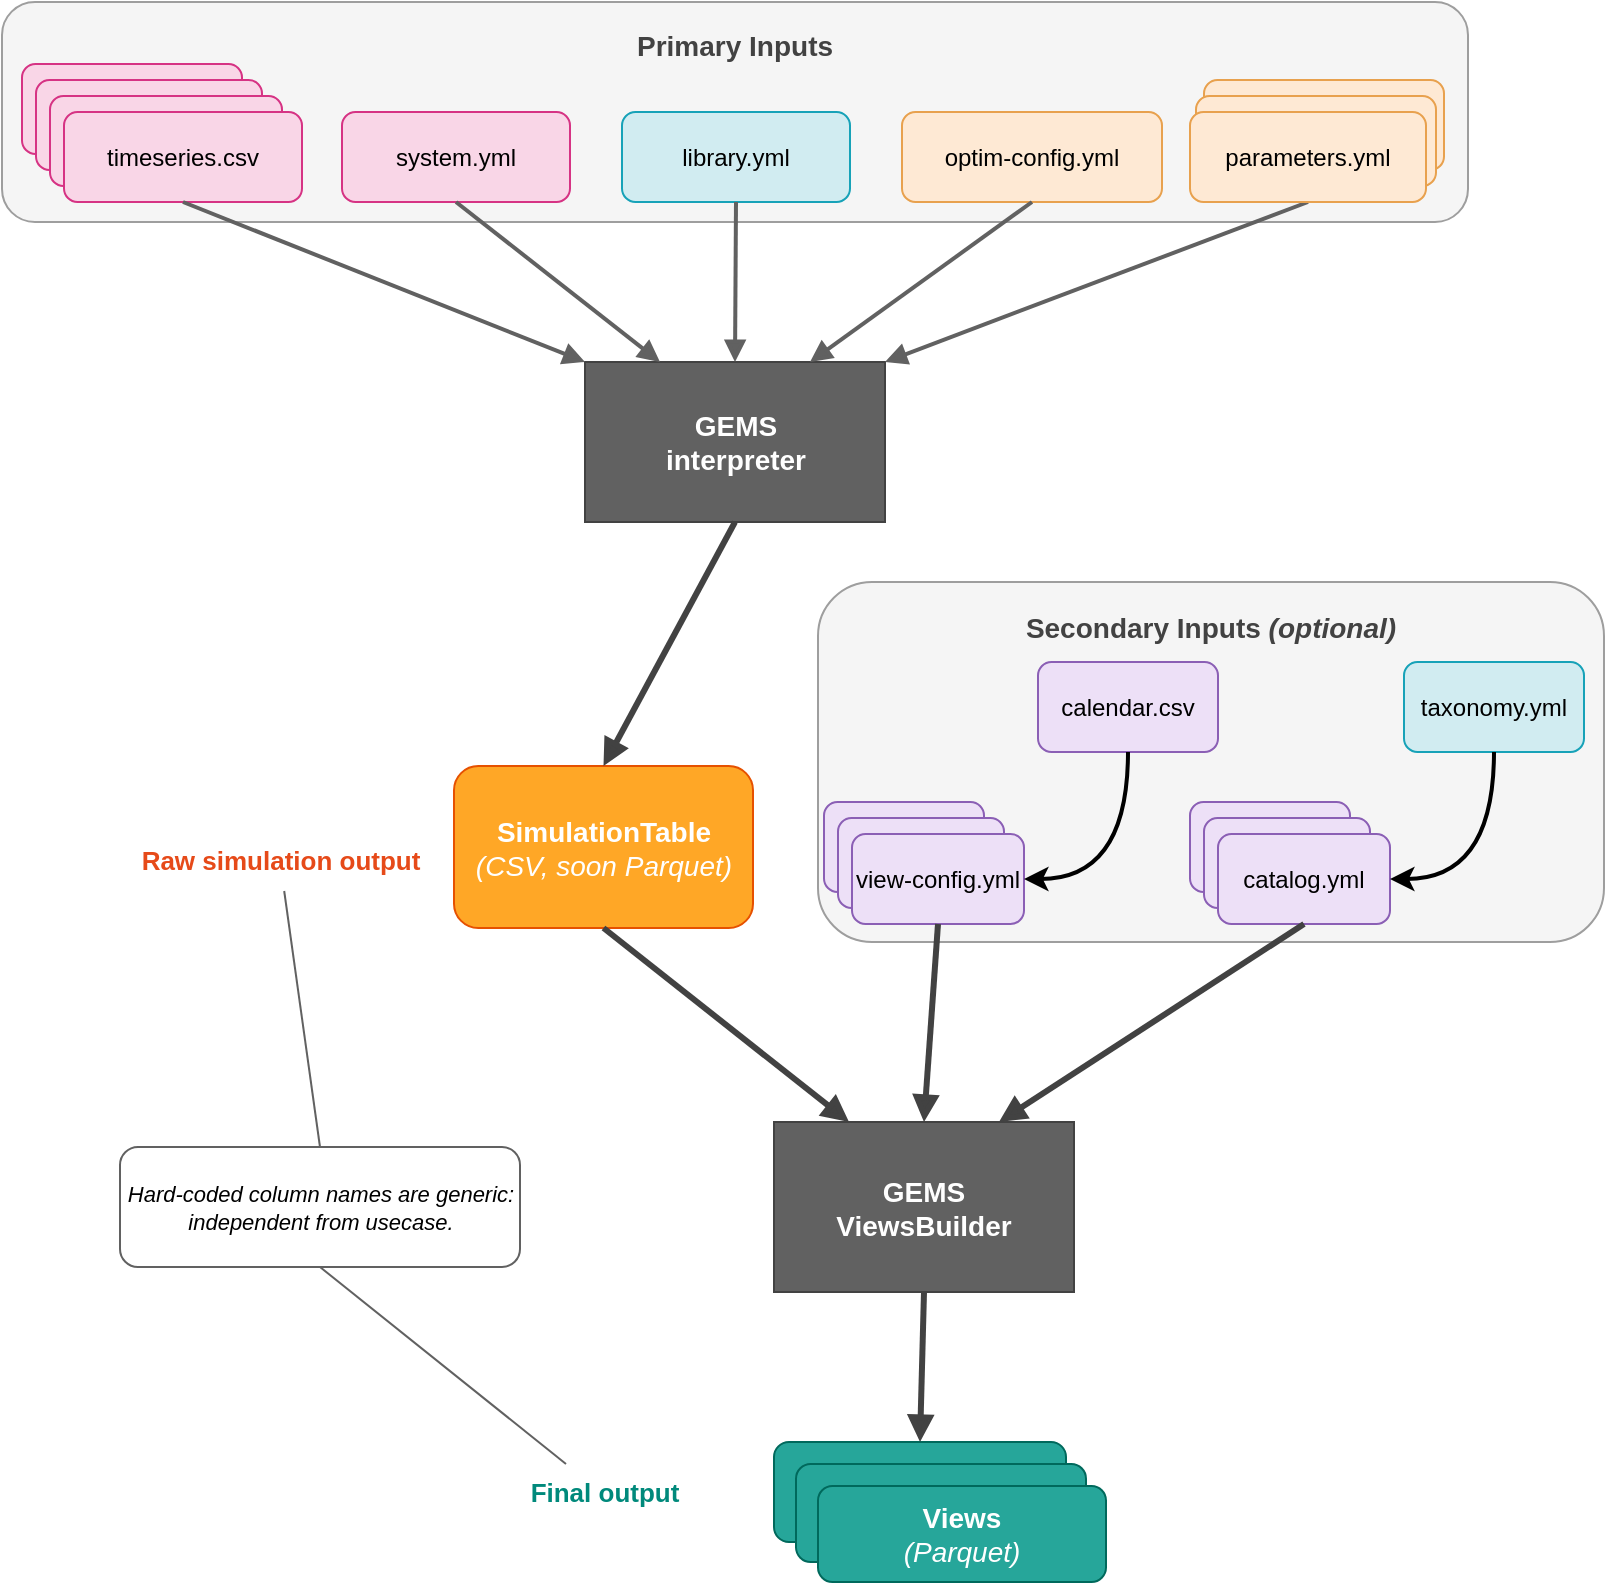
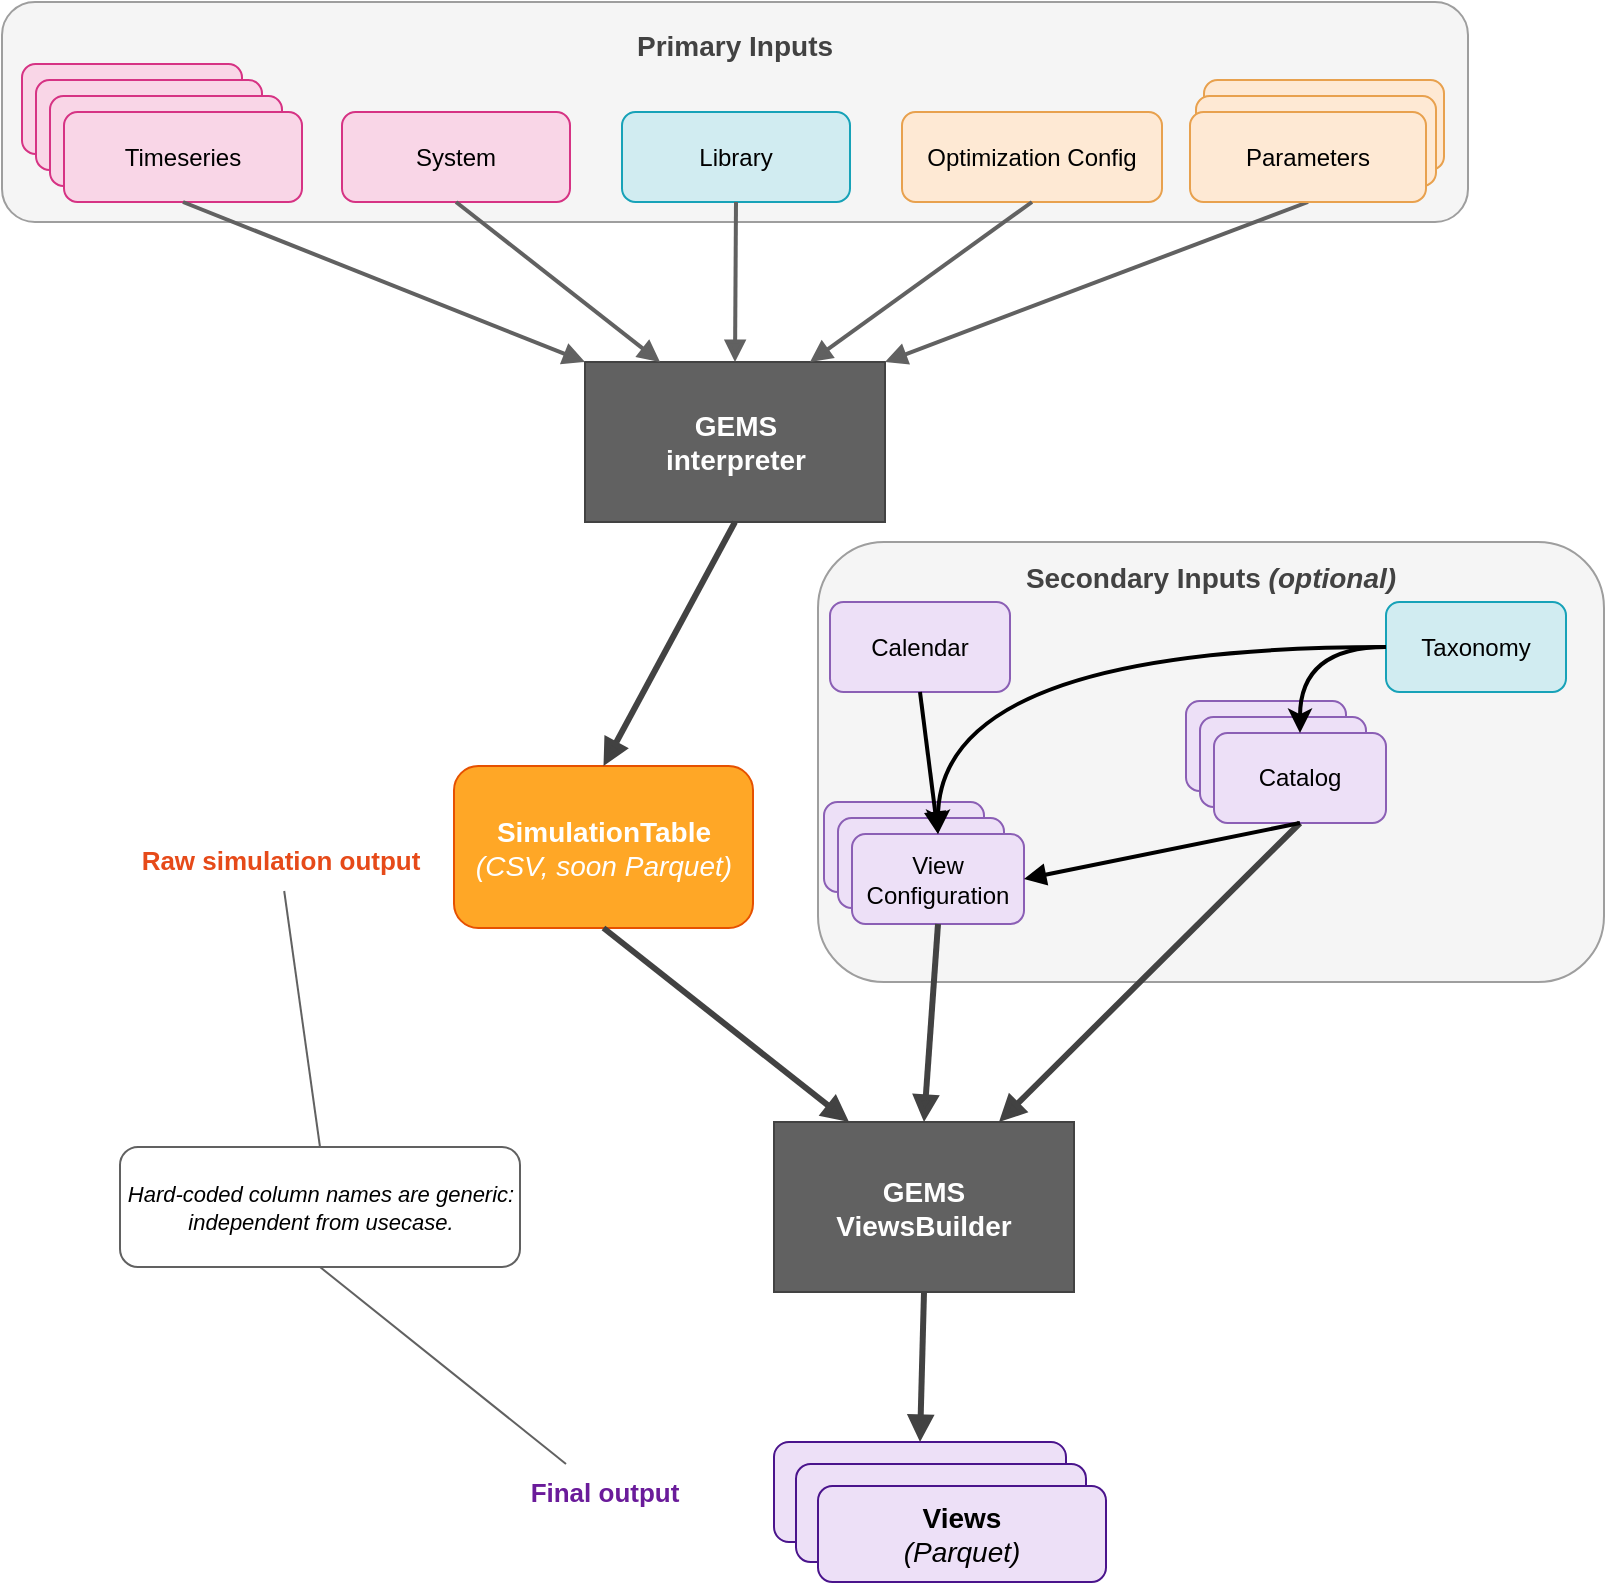
<mxfile host="Electron" agent="Claude Code">
  <diagram name="Architectural overview" id="arch-overview-gems">
    <mxGraphModel dx="3053" dy="824" grid="1" gridSize="10" guides="1" tooltips="1" connect="1" arrows="1" fold="1" page="1" pageScale="1" pageWidth="1400" pageHeight="800" math="0" shadow="0">
      <root>
        <mxCell id="0" />
        <mxCell id="1" parent="0" />
        <mxCell id="gbAz3rpjYlRnFUXGkTuU-15" parent="1" style="rounded=1;whiteSpace=wrap;html=1;strokeColor=#9E9E9E;fillColor=#F5F5F5;fontColor=#424242;" value="&lt;b style=&quot;font-size: 14px;&quot;&gt;Primary Inputs&lt;/b&gt;&lt;div&gt;&lt;b style=&quot;font-size: 14px;&quot;&gt;&lt;br&gt;&lt;/b&gt;&lt;/div&gt;&lt;div&gt;&lt;b style=&quot;font-size: 14px;&quot;&gt;&lt;br&gt;&lt;/b&gt;&lt;/div&gt;&lt;div&gt;&lt;b style=&quot;font-size: 14px;&quot;&gt;&lt;br&gt;&lt;/b&gt;&lt;/div&gt;&lt;div&gt;&lt;b style=&quot;font-size: 14px;&quot;&gt;&lt;br&gt;&lt;/b&gt;&lt;/div&gt;" vertex="1">
          <mxGeometry height="110" width="733" x="-552" y="110" as="geometry" />
        </mxCell>
-         <mxCell id="gbAz3rpjYlRnFUXGkTuU-14" parent="1" style="rounded=1;whiteSpace=wrap;html=1;strokeColor=#9E9E9E;fillColor=#F5F5F5;fontColor=#424242;" value="&lt;b style=&quot;font-size: 14px;&quot;&gt;Secondary Inputs &lt;i&gt;(optional)&lt;/i&gt;&lt;/b&gt;&lt;div&gt;&lt;b style=&quot;font-size: 14px;&quot;&gt;&lt;i&gt;&lt;br&gt;&lt;/i&gt;&lt;/b&gt;&lt;/div&gt;&lt;div&gt;&lt;b style=&quot;font-size: 14px;&quot;&gt;&lt;i&gt;&lt;br&gt;&lt;/i&gt;&lt;/b&gt;&lt;/div&gt;&lt;div&gt;&lt;b style=&quot;font-size: 14px;&quot;&gt;&lt;i&gt;&lt;br&gt;&lt;/i&gt;&lt;/b&gt;&lt;/div&gt;&lt;div&gt;&lt;b style=&quot;font-size: 14px;&quot;&gt;&lt;i&gt;&lt;br&gt;&lt;/i&gt;&lt;/b&gt;&lt;/div&gt;&lt;div&gt;&lt;b style=&quot;font-size: 14px;&quot;&gt;&lt;i&gt;&lt;br&gt;&lt;/i&gt;&lt;/b&gt;&lt;/div&gt;&lt;div&gt;&lt;b style=&quot;font-size: 14px;&quot;&gt;&lt;i&gt;&lt;br&gt;&lt;/i&gt;&lt;/b&gt;&lt;/div&gt;&lt;div&gt;&lt;b style=&quot;font-size: 14px;&quot;&gt;&lt;i&gt;&lt;br&gt;&lt;/i&gt;&lt;/b&gt;&lt;/div&gt;&lt;div&gt;&lt;b style=&quot;font-size: 14px;&quot;&gt;&lt;i&gt;&lt;br&gt;&lt;/i&gt;&lt;/b&gt;&lt;/div&gt;" vertex="1">
-           <mxGeometry height="180" width="393" x="-144" y="400" as="geometry" />
+         <mxCell id="gbAz3rpjYlRnFUXGkTuU-14" parent="1" style="rounded=1;whiteSpace=wrap;html=1;strokeColor=#9E9E9E;fillColor=#F5F5F5;fontColor=#424242;" value="&lt;b style=&quot;font-size: 14px;&quot;&gt;Secondary Inputs &lt;i&gt;(optional)&lt;/i&gt;&lt;/b&gt;&lt;div&gt;&lt;b style=&quot;font-size: 14px;&quot;&gt;&lt;i&gt;&lt;br&gt;&lt;/i&gt;&lt;/b&gt;&lt;/div&gt;&lt;div&gt;&lt;b style=&quot;font-size: 14px;&quot;&gt;&lt;i&gt;&lt;br&gt;&lt;/i&gt;&lt;/b&gt;&lt;/div&gt;&lt;div&gt;&lt;b style=&quot;font-size: 14px;&quot;&gt;&lt;i&gt;&lt;br&gt;&lt;/i&gt;&lt;/b&gt;&lt;/div&gt;&lt;div&gt;&lt;b style=&quot;font-size: 14px;&quot;&gt;&lt;i&gt;&lt;br&gt;&lt;/i&gt;&lt;/b&gt;&lt;/div&gt;&lt;div&gt;&lt;b style=&quot;font-size: 14px;&quot;&gt;&lt;i&gt;&lt;br&gt;&lt;/i&gt;&lt;/b&gt;&lt;/div&gt;&lt;div&gt;&lt;b style=&quot;font-size: 14px;&quot;&gt;&lt;i&gt;&lt;br&gt;&lt;/i&gt;&lt;/b&gt;&lt;/div&gt;&lt;div&gt;&lt;b style=&quot;font-size: 14px;&quot;&gt;&lt;i&gt;&lt;br&gt;&lt;/i&gt;&lt;/b&gt;&lt;/div&gt;&lt;div&gt;&lt;b style=&quot;font-size: 14px;&quot;&gt;&lt;i&gt;&lt;br&gt;&lt;/i&gt;&lt;/b&gt;&lt;/div&gt;&lt;div&gt;&lt;b style=&quot;font-size: 14px;&quot;&gt;&lt;i&gt;&lt;br&gt;&lt;/i&gt;&lt;/b&gt;&lt;/div&gt;&lt;div&gt;&lt;b style=&quot;font-size: 14px;&quot;&gt;&lt;i&gt;&lt;br&gt;&lt;/i&gt;&lt;/b&gt;&lt;/div&gt;&lt;div&gt;&lt;b style=&quot;font-size: 14px;&quot;&gt;&lt;i&gt;&lt;br&gt;&lt;/i&gt;&lt;/b&gt;&lt;/div&gt;" vertex="1">
+           <mxGeometry height="220" width="393" x="-144" y="380" as="geometry" />
        </mxCell>
        <mxCell id="note-box" parent="1" style="text;html=1;strokeColor=#616161;fillColor=#FFFFFF;align=center;verticalAlign=middle;rounded=1;fontSize=11;" value="&lt;i&gt;Hard-coded column names are generic:&lt;br&gt;independent from usecase.&lt;/i&gt;" vertex="1">
          <mxGeometry height="60" width="200" x="-493" y="682.5" as="geometry" />
        </mxCell>
        <mxCell id="note-line-raw" edge="1" parent="1" source="note-box" style="endArrow=none;html=1;strokeColor=#616161;strokeWidth=1;exitX=0.5;exitY=0;exitDx=0;exitDy=0;" target="raw-sim-label" value="">
          <mxGeometry relative="1" as="geometry" />
        </mxCell>
        <mxCell id="note-line-final" edge="1" parent="1" source="note-box" style="endArrow=none;html=1;strokeColor=#616161;strokeWidth=1;exitX=0.5;exitY=1;exitDx=0;exitDy=0;" target="final-output-label" value="">
          <mxGeometry relative="1" as="geometry" />
        </mxCell>
        <mxCell id="raw-sim-label" parent="1" style="text;html=1;strokeColor=none;fillColor=none;align=center;fontSize=13;fontColor=#E64A19;" value="&lt;b&gt;Raw simulation output&lt;/b&gt;" vertex="1">
          <mxGeometry height="30" width="174" x="-500" y="524.5" as="geometry" />
        </mxCell>
-         <mxCell id="final-output-label" parent="1" style="text;html=1;strokeColor=none;fillColor=none;align=center;fontSize=13;fontColor=#00897B;" value="&lt;b&gt;Final output&lt;/b&gt;" vertex="1">
+         <mxCell id="final-output-label" parent="1" style="text;html=1;strokeColor=none;fillColor=none;align=center;fontSize=13;fontColor=#6A1B9A;" value="&lt;b&gt;Final output&lt;/b&gt;" vertex="1">
          <mxGeometry height="30" width="160" x="-331.25" y="841" as="geometry" />
        </mxCell>
-         <mxCell id="library-yml" parent="1" style="rounded=1;whiteSpace=wrap;html=1;fillColor=#D1ECF1;strokeColor=#17A2B8;fontStyle=0;fontSize=12;" value="library.yml" vertex="1">
+         <mxCell id="library-yml" parent="1" style="rounded=1;whiteSpace=wrap;html=1;fillColor=#D1ECF1;strokeColor=#17A2B8;fontStyle=0;fontSize=12;" value="Library" vertex="1">
          <mxGeometry height="45" width="114" x="-242" y="165" as="geometry" />
        </mxCell>
-         <mxCell id="system-yml" parent="1" style="rounded=1;whiteSpace=wrap;html=1;fillColor=#F9D6E7;strokeColor=#D63384;fontStyle=0;fontSize=12;" value="system.yml" vertex="1">
+         <mxCell id="system-yml" parent="1" style="rounded=1;whiteSpace=wrap;html=1;fillColor=#F9D6E7;strokeColor=#D63384;fontStyle=0;fontSize=12;" value="System" vertex="1">
          <mxGeometry height="45" width="114" x="-382" y="165" as="geometry" />
        </mxCell>
        <mxCell id="ts-s3" parent="1" style="rounded=1;whiteSpace=wrap;html=1;fillColor=#F9D6E7;strokeColor=#D63384;" value="" vertex="1">
          <mxGeometry height="45" width="110" x="-542" y="141" as="geometry" />
        </mxCell>
        <mxCell id="ts-s2" parent="1" style="rounded=1;whiteSpace=wrap;html=1;fillColor=#F9D6E7;strokeColor=#D63384;" value="" vertex="1">
          <mxGeometry height="45" width="113" x="-535" y="149" as="geometry" />
        </mxCell>
        <mxCell id="ts-s1" parent="1" style="rounded=1;whiteSpace=wrap;html=1;fillColor=#F9D6E7;strokeColor=#D63384;" value="" vertex="1">
          <mxGeometry height="45" width="116" x="-528" y="157" as="geometry" />
        </mxCell>
-         <mxCell id="ts-front" parent="1" style="rounded=1;whiteSpace=wrap;html=1;fillColor=#F9D6E7;strokeColor=#D63384;fontStyle=0;fontSize=12;" value="timeseries.csv" vertex="1">
+         <mxCell id="ts-front" parent="1" style="rounded=1;whiteSpace=wrap;html=1;fillColor=#F9D6E7;strokeColor=#D63384;fontStyle=0;fontSize=12;" value="Timeseries" vertex="1">
          <mxGeometry height="45" width="119" x="-521" y="165" as="geometry" />
        </mxCell>
-         <mxCell id="optim-config-yml" parent="1" style="rounded=1;whiteSpace=wrap;html=1;fillColor=#FEE9D4;strokeColor=#E8A14E;fontStyle=0;fontSize=12;" value="optim-config.yml" vertex="1">
+         <mxCell id="optim-config-yml" parent="1" style="rounded=1;whiteSpace=wrap;html=1;fillColor=#FEE9D4;strokeColor=#E8A14E;fontStyle=0;fontSize=12;" value="Optimization Config" vertex="1">
          <mxGeometry height="45" width="130" x="-102" y="165" as="geometry" />
        </mxCell>
        <mxCell id="cat-s2" parent="1" style="rounded=1;whiteSpace=wrap;html=1;fillColor=#EDE0F7;strokeColor=#8B5FB5;" value="" vertex="1">
-           <mxGeometry height="45" width="80" x="42" y="510" as="geometry" />
+           <mxGeometry height="45" width="80" x="40" y="459.5" as="geometry" />
        </mxCell>
        <mxCell id="cat-s1" parent="1" style="rounded=1;whiteSpace=wrap;html=1;fillColor=#EDE0F7;strokeColor=#8B5FB5;" value="" vertex="1">
-           <mxGeometry height="45" width="83" x="49" y="518" as="geometry" />
+           <mxGeometry height="45" width="83" x="47" y="467.5" as="geometry" />
        </mxCell>
-         <mxCell id="cat-front" parent="1" style="rounded=1;whiteSpace=wrap;html=1;fillColor=#EDE0F7;strokeColor=#8B5FB5;fontStyle=0;fontSize=12;" value="catalog.yml" vertex="1">
-           <mxGeometry height="45" width="86" x="56" y="526" as="geometry" />
+         <mxCell id="cat-front" parent="1" style="rounded=1;whiteSpace=wrap;html=1;fillColor=#EDE0F7;strokeColor=#8B5FB5;fontStyle=0;fontSize=12;" value="Catalog" vertex="1">
+           <mxGeometry height="45" width="86" x="54" y="475.5" as="geometry" />
        </mxCell>
        <mxCell id="vc-s2" parent="1" style="rounded=1;whiteSpace=wrap;html=1;fillColor=#EDE0F7;strokeColor=#8B5FB5;" value="" vertex="1">
          <mxGeometry height="45" width="80" x="-141" y="510" as="geometry" />
        </mxCell>
        <mxCell id="vc-s1" parent="1" style="rounded=1;whiteSpace=wrap;html=1;fillColor=#EDE0F7;strokeColor=#8B5FB5;" value="" vertex="1">
          <mxGeometry height="45" width="83" x="-134" y="518" as="geometry" />
        </mxCell>
-         <mxCell id="vc-front" parent="1" style="rounded=1;whiteSpace=wrap;html=1;fillColor=#EDE0F7;strokeColor=#8B5FB5;fontStyle=0;fontSize=12;" value="view-config.yml" vertex="1">
+         <mxCell id="vc-front" parent="1" style="rounded=1;whiteSpace=wrap;html=1;fillColor=#EDE0F7;strokeColor=#8B5FB5;fontStyle=0;fontSize=12;" value="View Configuration" vertex="1">
          <mxGeometry height="45" width="86" x="-127" y="526" as="geometry" />
        </mxCell>
        <mxCell id="interpreter" parent="1" style="rounded=0;whiteSpace=wrap;html=1;fillColor=#616161;strokeColor=#424242;fontColor=#FFFFFF;fontStyle=1;fontSize=14;verticalAlign=middle;" value="GEMS&lt;br&gt;interpreter" vertex="1">
          <mxGeometry height="80" width="150" x="-260.5" y="290" as="geometry" />
        </mxCell>
        <mxCell id="sim-table" parent="1" style="rounded=1;whiteSpace=wrap;html=1;fillColor=#FFA726;strokeColor=#E65100;fontStyle=0;fontColor=#FFFFFF;fontSize=14;verticalAlign=middle;" value="&lt;b&gt;SimulationTable&lt;/b&gt;&lt;br&gt;&lt;i&gt;(CSV, soon Parquet)&lt;/i&gt;" vertex="1">
          <mxGeometry height="81" width="149.5" x="-326" y="492" as="geometry" />
        </mxCell>
        <mxCell id="viewsbuilder" parent="1" style="rounded=0;whiteSpace=wrap;html=1;fillColor=#616161;strokeColor=#424242;fontColor=#FFFFFF;fontStyle=1;fontSize=14;verticalAlign=middle;" value="GEMS&lt;br&gt;ViewsBuilder" vertex="1">
          <mxGeometry height="85" width="150" x="-166" y="670" as="geometry" />
        </mxCell>
-         <mxCell id="views-back2" parent="1" style="rounded=1;whiteSpace=wrap;html=1;fillColor=#26A69A;strokeColor=#00695C;" value="" vertex="1">
+         <mxCell id="views-back2" parent="1" style="rounded=1;whiteSpace=wrap;html=1;fillColor=#EDE0F7;strokeColor=#4A148C;" value="" vertex="1">
          <mxGeometry height="50" width="146" x="-166" y="830" as="geometry" />
        </mxCell>
-         <mxCell id="views-back1" parent="1" style="rounded=1;whiteSpace=wrap;html=1;fillColor=#26A69A;strokeColor=#00695C;" value="" vertex="1">
+         <mxCell id="views-back1" parent="1" style="rounded=1;whiteSpace=wrap;html=1;fillColor=#EDE0F7;strokeColor=#4A148C;" value="" vertex="1">
          <mxGeometry height="49" width="145" x="-155" y="841" as="geometry" />
        </mxCell>
-         <mxCell id="views-front" parent="1" style="rounded=1;whiteSpace=wrap;html=1;fillColor=#26A69A;strokeColor=#00695C;fontColor=#FFFFFF;fontStyle=1;fontSize=14;verticalAlign=middle;" value="Views&lt;br&gt;&lt;i style=&quot;font-weight: normal;&quot;&gt;(Parquet)&lt;/i&gt;" vertex="1">
+         <mxCell id="views-front" parent="1" style="rounded=1;whiteSpace=wrap;html=1;fillColor=#EDE0F7;strokeColor=#4A148C;fontColor=#FFFFFF;fontStyle=1;fontSize=14;verticalAlign=middle;" value="&lt;font style=&quot;color: rgb(0, 0, 0);&quot;&gt;Views&lt;br&gt;&lt;i style=&quot;font-weight: normal;&quot;&gt;(Parquet)&lt;/i&gt;&lt;/font&gt;" vertex="1">
          <mxGeometry height="48" width="144" x="-144" y="852" as="geometry" />
        </mxCell>
-         <mxCell id="gbAz3rpjYlRnFUXGkTuU-1" parent="1" style="rounded=1;whiteSpace=wrap;html=1;fillColor=#D1ECF1;strokeColor=#17A2B8;fontStyle=0;fontSize=12;" value="taxonomy.yml" vertex="1">
-           <mxGeometry height="45" width="90" x="149" y="440" as="geometry" />
+         <mxCell id="gbAz3rpjYlRnFUXGkTuU-1" parent="1" style="rounded=1;whiteSpace=wrap;html=1;fillColor=#D1ECF1;strokeColor=#17A2B8;fontStyle=0;fontSize=12;" value="Taxonomy" vertex="1">
+           <mxGeometry height="45" width="90" x="140" y="410" as="geometry" />
        </mxCell>
-         <mxCell id="gbAz3rpjYlRnFUXGkTuU-12" parent="1" style="rounded=1;whiteSpace=wrap;html=1;fillColor=#EDE0F7;strokeColor=#8B5FB5;fontStyle=0;fontSize=12;" value="calendar.csv" vertex="1">
-           <mxGeometry height="45" width="90" x="-34" y="440" as="geometry" />
+         <mxCell id="gbAz3rpjYlRnFUXGkTuU-12" parent="1" style="rounded=1;whiteSpace=wrap;html=1;fillColor=#EDE0F7;strokeColor=#8B5FB5;fontStyle=0;fontSize=12;" value="Calendar" vertex="1">
+           <mxGeometry height="45" width="90" x="-138" y="410" as="geometry" />
        </mxCell>
        <mxCell id="arrow-lib" edge="1" parent="1" source="library-yml" style="endArrow=block;endFill=1;html=1;strokeColor=#616161;strokeWidth=2;exitX=0.5;exitY=1;exitDx=0;exitDy=0;entryX=0.5;entryY=0;entryDx=0;entryDy=0;" target="interpreter" value="">
          <mxGeometry relative="1" as="geometry" />
        </mxCell>
        <mxCell id="arrow-sys" edge="1" parent="1" source="system-yml" style="endArrow=block;endFill=1;html=1;strokeColor=#616161;strokeWidth=2;exitX=0.5;exitY=1;exitDx=0;exitDy=0;entryX=0.25;entryY=0;entryDx=0;entryDy=0;" target="interpreter" value="">
          <mxGeometry relative="1" as="geometry" />
        </mxCell>
        <mxCell id="arrow-ts" edge="1" parent="1" source="ts-front" style="endArrow=block;endFill=1;html=1;strokeColor=#616161;strokeWidth=2;exitX=0.5;exitY=1;exitDx=0;exitDy=0;entryX=0;entryY=0;entryDx=0;entryDy=0;" target="interpreter" value="">
          <mxGeometry relative="1" as="geometry" />
        </mxCell>
        <mxCell id="arrow-optim" edge="1" parent="1" source="optim-config-yml" style="endArrow=block;endFill=1;html=1;strokeColor=#616161;strokeWidth=2;entryX=0.75;entryY=0;entryDx=0;entryDy=0;exitX=0.5;exitY=1;exitDx=0;exitDy=0;" target="interpreter" value="">
          <mxGeometry relative="1" as="geometry">
            <mxPoint x="102" y="210" as="sourcePoint" />
          </mxGeometry>
        </mxCell>
        <mxCell id="arrow-params" edge="1" parent="1" source="gzI3tG5KVDWjiCQrlsY--4" style="endArrow=block;endFill=1;html=1;strokeColor=#616161;strokeWidth=2;exitX=0.5;exitY=1;exitDx=0;exitDy=0;entryX=1;entryY=0;entryDx=0;entryDy=0;" target="interpreter" value="">
          <mxGeometry relative="1" as="geometry">
            <mxPoint x="97" y="210" as="sourcePoint" />
          </mxGeometry>
        </mxCell>
        <mxCell id="arrow-interp-sim" edge="1" parent="1" source="interpreter" style="endArrow=block;endFill=1;html=1;strokeColor=#424242;strokeWidth=3;exitX=0.5;exitY=1;exitDx=0;exitDy=0;entryX=0.5;entryY=0;entryDx=0;entryDy=0;" target="sim-table" value="">
          <mxGeometry relative="1" as="geometry" />
        </mxCell>
        <mxCell id="arrow-sim-vb" edge="1" parent="1" source="sim-table" style="endArrow=block;endFill=1;html=1;strokeColor=#424242;strokeWidth=3;exitX=0.5;exitY=1;exitDx=0;exitDy=0;entryX=0.25;entryY=0;entryDx=0;entryDy=0;" target="viewsbuilder" value="">
          <mxGeometry relative="1" as="geometry">
            <mxPoint x="-73" y="550" as="targetPoint" />
          </mxGeometry>
        </mxCell>
        <mxCell id="arrow-vb-views" edge="1" parent="1" source="viewsbuilder" style="endArrow=block;endFill=1;html=1;strokeColor=#424242;strokeWidth=3;exitX=0.5;exitY=1;exitDx=0;exitDy=0;entryX=0.5;entryY=0;entryDx=0;entryDy=0;" target="views-back2" value="">
          <mxGeometry relative="1" as="geometry" />
        </mxCell>
-         <mxCell id="gbAz3rpjYlRnFUXGkTuU-11" edge="1" parent="1" source="gbAz3rpjYlRnFUXGkTuU-1" style="edgeStyle=orthogonalEdgeStyle;curved=1;rounded=0;orthogonalLoop=1;jettySize=auto;html=1;entryX=1;entryY=0.5;entryDx=0;entryDy=0;exitX=0.5;exitY=1;exitDx=0;exitDy=0;strokeWidth=2;" target="cat-front" value="">
-           <mxGeometry relative="1" as="geometry" />
-         </mxCell>
        <mxCell id="gzI3tG5KVDWjiCQrlsY--2" parent="1" style="rounded=1;whiteSpace=wrap;html=1;fillColor=#FEE9D4;strokeColor=#E8A14E;" value="" vertex="1">
          <mxGeometry height="45" width="120" x="49" y="149" as="geometry" />
        </mxCell>
        <mxCell id="gbAz3rpjYlRnFUXGkTuU-3" edge="1" parent="1" source="cat-front" style="endArrow=block;endFill=1;html=1;strokeColor=#424242;strokeWidth=3;exitX=0.5;exitY=1;exitDx=0;exitDy=0;entryX=0.75;entryY=0;entryDx=0;entryDy=0;" target="viewsbuilder" value="">
          <mxGeometry relative="1" as="geometry">
            <mxPoint x="850" y="330" as="sourcePoint" />
            <mxPoint x="70" y="620" as="targetPoint" />
          </mxGeometry>
        </mxCell>
        <mxCell id="gbAz3rpjYlRnFUXGkTuU-4" edge="1" parent="1" source="vc-front" style="endArrow=block;endFill=1;html=1;strokeColor=#424242;strokeWidth=3;exitX=0.5;exitY=1;exitDx=0;exitDy=0;entryX=0.5;entryY=0;entryDx=0;entryDy=0;" target="viewsbuilder" value="">
          <mxGeometry relative="1" as="geometry">
            <mxPoint x="1000" y="459" as="sourcePoint" />
            <mxPoint x="1146" y="450" as="targetPoint" />
          </mxGeometry>
        </mxCell>
-         <mxCell id="gbAz3rpjYlRnFUXGkTuU-13" edge="1" parent="1" source="gbAz3rpjYlRnFUXGkTuU-12" style="edgeStyle=orthogonalEdgeStyle;curved=1;rounded=0;orthogonalLoop=1;jettySize=auto;html=1;entryX=1;entryY=0.5;entryDx=0;entryDy=0;exitX=0.5;exitY=1;exitDx=0;exitDy=0;strokeWidth=2;" target="vc-front" value="">
-           <mxGeometry relative="1" as="geometry">
-             <mxPoint x="291" y="570" as="sourcePoint" />
-             <mxPoint x="239" y="639" as="targetPoint" />
-           </mxGeometry>
-         </mxCell>
        <mxCell id="gzI3tG5KVDWjiCQrlsY--3" parent="1" style="rounded=1;whiteSpace=wrap;html=1;fillColor=#FEE9D4;strokeColor=#E8A14E;" value="" vertex="1">
          <mxGeometry height="45" width="120" x="45" y="157" as="geometry" />
        </mxCell>
-         <mxCell id="gzI3tG5KVDWjiCQrlsY--4" parent="1" style="rounded=1;whiteSpace=wrap;html=1;fillColor=#FEE9D4;strokeColor=#E8A14E;fontStyle=0;fontSize=12;" value="parameters.yml" vertex="1">
+         <mxCell id="gzI3tG5KVDWjiCQrlsY--4" parent="1" style="rounded=1;whiteSpace=wrap;html=1;fillColor=#FEE9D4;strokeColor=#E8A14E;fontStyle=0;fontSize=12;" value="Parameters" vertex="1">
          <mxGeometry height="45" width="118" x="42" y="165" as="geometry" />
+         </mxCell>
+         <mxCell id="0AhuMwirxSih9q8WMVXB-1" edge="1" parent="1" source="gbAz3rpjYlRnFUXGkTuU-1" style="edgeStyle=orthogonalEdgeStyle;curved=1;rounded=0;orthogonalLoop=1;jettySize=auto;html=1;entryX=0.5;entryY=0;entryDx=0;entryDy=0;exitX=0;exitY=0.5;exitDx=0;exitDy=0;strokeWidth=2;" target="vc-front" value="">
+           <mxGeometry relative="1" as="geometry">
+             <mxPoint x="352" y="540" as="sourcePoint" />
+             <mxPoint x="300" y="604" as="targetPoint" />
+           </mxGeometry>
+         </mxCell>
+         <mxCell id="0AhuMwirxSih9q8WMVXB-2" edge="1" parent="1" source="gbAz3rpjYlRnFUXGkTuU-1" style="edgeStyle=orthogonalEdgeStyle;curved=1;rounded=0;orthogonalLoop=1;jettySize=auto;html=1;entryX=0.5;entryY=0;entryDx=0;entryDy=0;exitX=0;exitY=0.5;exitDx=0;exitDy=0;strokeWidth=2;" target="cat-front" value="">
+           <mxGeometry relative="1" as="geometry">
+             <mxPoint x="272" y="430" as="sourcePoint" />
+             <mxPoint x="80" y="523" as="targetPoint" />
+           </mxGeometry>
+         </mxCell>
+         <mxCell id="0AhuMwirxSih9q8WMVXB-3" edge="1" parent="1" source="gbAz3rpjYlRnFUXGkTuU-12" style="endArrow=block;endFill=1;html=1;strokeWidth=2;exitX=0.5;exitY=1;exitDx=0;exitDy=0;entryX=0.5;entryY=0;entryDx=0;entryDy=0;" target="vc-front" value="">
+           <mxGeometry relative="1" as="geometry">
+             <mxPoint x="200" y="560" as="sourcePoint" />
+             <mxPoint x="50" y="709" as="targetPoint" />
+           </mxGeometry>
+         </mxCell>
+         <mxCell id="0AhuMwirxSih9q8WMVXB-4" edge="1" parent="1" source="cat-front" style="endArrow=block;endFill=1;html=1;strokeWidth=2;exitX=0.5;exitY=1;exitDx=0;exitDy=0;entryX=1;entryY=0.5;entryDx=0;entryDy=0;" target="vc-front" value="">
+           <mxGeometry relative="1" as="geometry">
+             <mxPoint x="132" y="550" as="sourcePoint" />
+             <mxPoint x="120" y="621" as="targetPoint" />
+           </mxGeometry>
        </mxCell>
      </root>
    </mxGraphModel>
  </diagram>
</mxfile>
